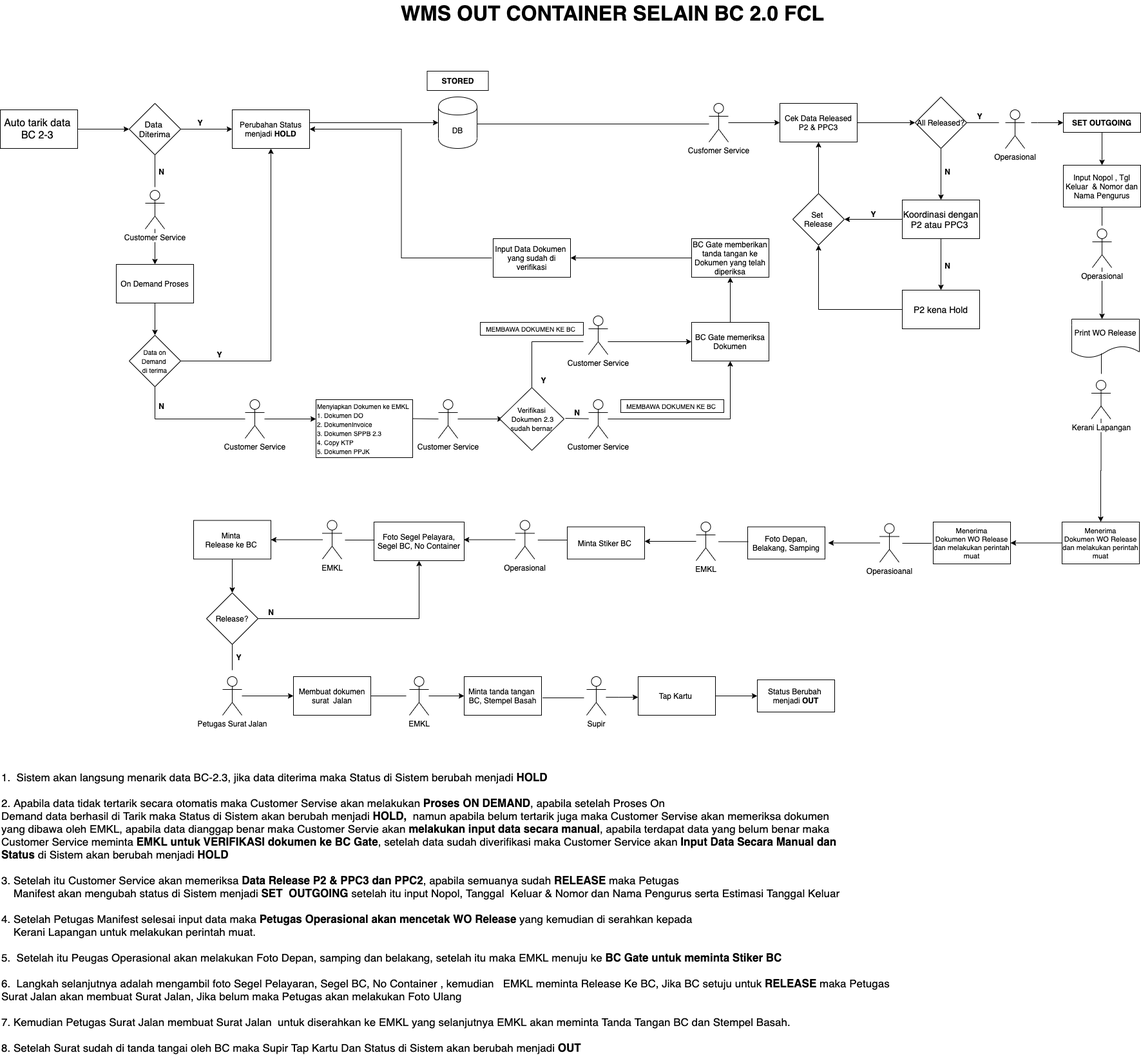
The draw.io diagram img/fcl23.png in sftmm/User-Manual, before a commit. Source tidied: cells renumbered, new cells last; positions are measured from the earlier drawing's top-left corner, leaving out a move shared by most shapes.
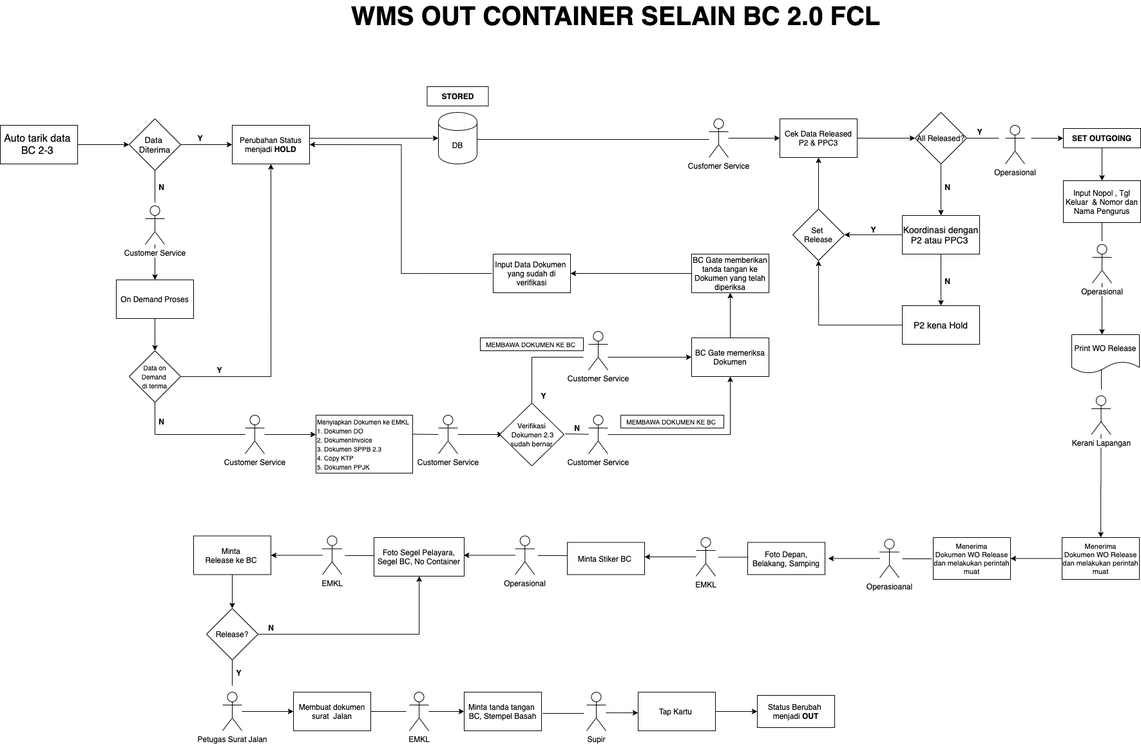
After the change.

What changed in the source:
```diff
@@ -297,8 +297,8 @@
     <mxCell id="80" value="Supir" style="shape=umlActor;verticalLabelPosition=bottom;labelBackgroundColor=#ffffff;verticalAlign=top;html=1;" parent="1" vertex="1">
       <mxGeometry x="910" y="1050" width="30" height="60" as="geometry" />
     </mxCell>
-    <mxCell id="81" value="&lt;b&gt;&lt;font style=&quot;font-size: 32px&quot;&gt;WMS OUT CONTAINER SELAIN BC 2.0 FCL&lt;/font&gt;&lt;/b&gt;" style="text;html=1;align=center;verticalAlign=middle;fontSize=23;" parent="1" vertex="1">
-      <mxGeometry x="615" width="670" height="40" as="geometry" />
+    <mxCell id="81" value="&lt;b&gt;&lt;font style=&quot;font-size: 40px&quot;&gt;WMS OUT CONTAINER SELAIN BC 2.0 FCL&lt;/font&gt;&lt;/b&gt;" style="text;html=1;align=center;verticalAlign=middle;fontSize=23;" parent="1" vertex="1">
+      <mxGeometry x="535" y="-20" width="840" height="40" as="geometry" />
     </mxCell>
     <mxCell id="82" style="edgeStyle=orthogonalEdgeStyle;rounded=0;jettySize=auto;html=1;" parent="1" edge="1" source="83">
       <mxGeometry relative="1" as="geometry">
@@ -333,9 +333,6 @@
         <mxPoint x="1709" y="580" as="targetPoint" />
       </mxGeometry>
     </mxCell>
-    <mxCell id="90" value="&lt;font style=&quot;font-size: 17px&quot;&gt;1.&amp;nbsp; Sistem akan langsung menarik data BC-2.3, jika data diterima maka Status di Sistem berubah menjadi &lt;b&gt;HOLD&lt;/b&gt;&lt;br&gt;&lt;br&gt;2.&amp;nbsp;Apabila data tidak tertarik secara otomatis maka Customer Servise akan melakukan&lt;b&gt; Proses ON DEMAND&lt;/b&gt;, apabila setelah Proses On&lt;br&gt;Demand data berhasil di Tarik maka Status di Sistem akan berubah menjadi &lt;b&gt;HOLD,&lt;/b&gt;&amp;nbsp; namun apabila belum tertarik juga maka Customer Servise akan memeriksa dokumen&lt;br&gt;yang dibawa oleh EMKL, apabila data dianggap benar maka Customer Servie akan &lt;b&gt;melakukan input data secara manual&lt;/b&gt;, apabila terdapat data yang belum benar maka&lt;br&gt;Customer Service meminta &lt;b&gt;EMKL untuk VERIFIKASI dokumen ke BC Gate&lt;/b&gt;, setelah data sudah diverifikasi maka Customer Service akan &lt;b&gt;Input Data Secara Manual dan&lt;br&gt;Status &lt;/b&gt;di Sistem akan berubah menjadi&lt;b&gt; HOLD&lt;/b&gt;&lt;br&gt;&lt;br&gt;3.&amp;nbsp;Setelah itu Customer Service akan memeriksa &lt;b&gt;Data Release P2 &amp;amp; PPC3 dan PPC2&lt;/b&gt;, apabila semuanya sudah &lt;b&gt;RELEASE&lt;/b&gt; maka Petugas&lt;br&gt;&amp;nbsp; &amp;nbsp; Manifest akan mengubah status di Sistem menjadi &lt;b&gt;SET&amp;nbsp; OUTGOING&lt;/b&gt; setelah itu input Nopol, Tanggal&amp;nbsp; Keluar &amp;amp; Nomor dan Nama Pengurus serta Estimasi Tanggal Keluar&lt;br&gt;&lt;br&gt;4.&amp;nbsp;Setelah Petugas Manifest selesai input data maka &lt;b&gt;Petugas Operasional akan mencetak WO Release&lt;/b&gt; yang kemudian di serahkan kepada&lt;br&gt;&amp;nbsp; &amp;nbsp; Kerani Lapangan untuk melakukan perintah muat.&lt;br&gt;&lt;br&gt;5.&amp;nbsp; Setelah itu Peugas Operasional akan melakukan Foto Depan, samping dan belakang, setelah itu maka EMKL menuju ke &lt;b&gt;BC Gate untuk meminta Stiker BC&lt;/b&gt;&lt;br&gt;&lt;br&gt;6.&amp;nbsp; Langkah selanjutnya adalah mengambil foto Segel&amp;nbsp;Pelayaran, Segel BC, No Container , kemudian&amp;nbsp; &amp;nbsp;EMKL meminta Release Ke BC, Jika BC setuju untuk &lt;b&gt;RELEASE&lt;/b&gt; maka Petugas&lt;br&gt;Surat Jalan akan membuat Surat Jalan, Jika belum maka Petugas akan melakukan Foto Ulang&lt;br&gt;&lt;br&gt;7.&amp;nbsp;Kemudian Petugas Surat Jalan membuat Surat Jalan&amp;nbsp; untuk diserahkan ke EMKL yang selanjutnya EMKL akan meminta Tanda Tangan BC dan Stempel Basah. &lt;br&gt;&lt;br&gt;8.&amp;nbsp;Setelah Surat sudah di tanda tangai oleh BC maka Supir Tap Kartu Dan Status di Sistem akan berubah menjadi &lt;b&gt;OUT&lt;/b&gt;&lt;/font&gt;" style="text;html=1;" parent="1" vertex="1">
-      <mxGeometry y="1190" width="560" height="340" as="geometry" />
-    </mxCell>
     <mxCell id="91" style="endArrow=none;html=1;entryX=-0.019;entryY=0.508;entryDx=0;entryDy=0;entryPerimeter=0;" parent="1" edge="1" target="64">
       <mxGeometry relative="1" as="geometry">
         <mxPoint x="1400" y="843" as="sourcePoint" />
```
